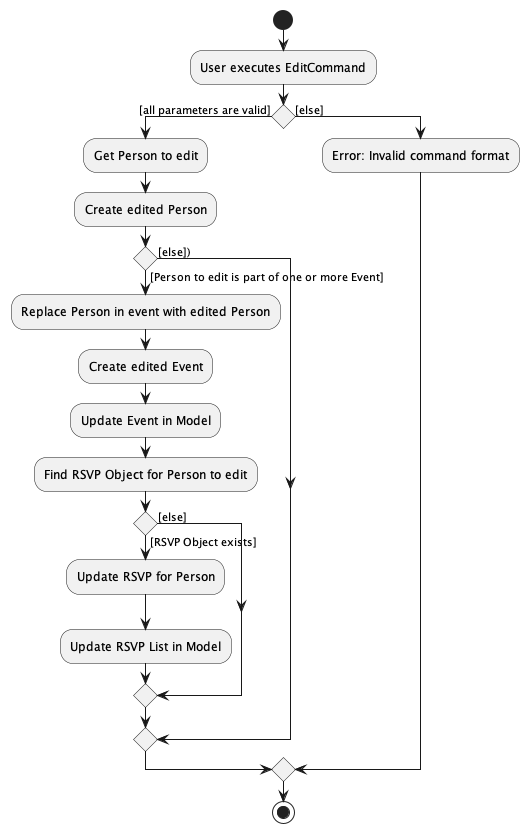
Before: docs/images/EditPersonActivityDiagram.png, a diagram exported from PlantUML (vivienherq/cs2103-tp-eventwise). Its diagram source:
```plantuml
@startuml

start
:User executes EditCommand;
if () then ([all parameters are valid])
  :Get Person to edit;
  :Create edited Person;
  if () then ([Person to edit is part of one or more Event])
    :Replace Person in event with edited Person;
    :Create edited Event;
    :Update Event in Model;
    :Find RSVP Object for Person to edit;
    if () then ([RSVP Object exists])
       :Update RSVP for Person;
       :Update RSVP List in Model;
    else ([else])
    endif
  else ([else]))
  endif
else ([else])
    :Error: Invalid command format;
endif

stop

@enduml
```
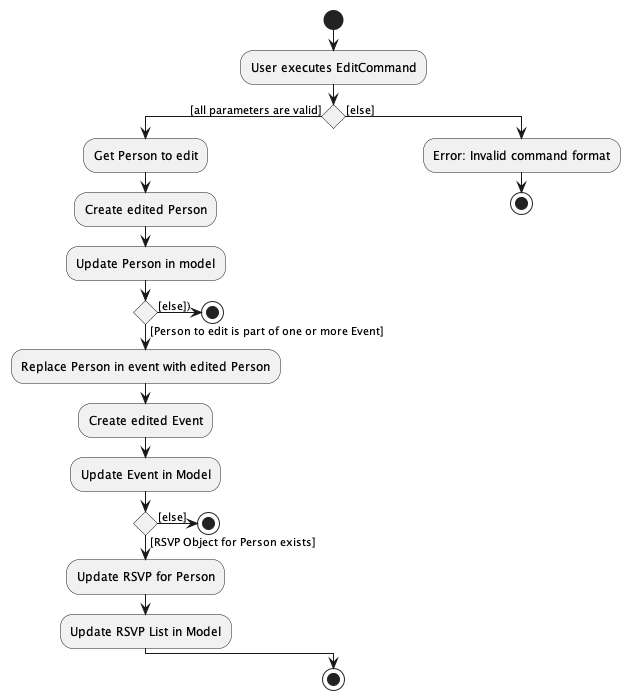
Later version of the same file.

What changed in the source:
```diff
@@ -5,20 +5,23 @@
 if () then ([all parameters are valid])
   :Get Person to edit;
   :Create edited Person;
+  :Update Person in model;
   if () then ([Person to edit is part of one or more Event])
     :Replace Person in event with edited Person;
     :Create edited Event;
     :Update Event in Model;
-    :Find RSVP Object for Person to edit;
-    if () then ([RSVP Object exists])
+    if () then ([RSVP Object for Person exists])
        :Update RSVP for Person;
        :Update RSVP List in Model;
     else ([else])
+    stop
     endif
   else ([else]))
+  stop
   endif
 else ([else])
-    :Error: Invalid command format;
+  :Error: Invalid command format;
+  stop
 endif
 
 stop
```
